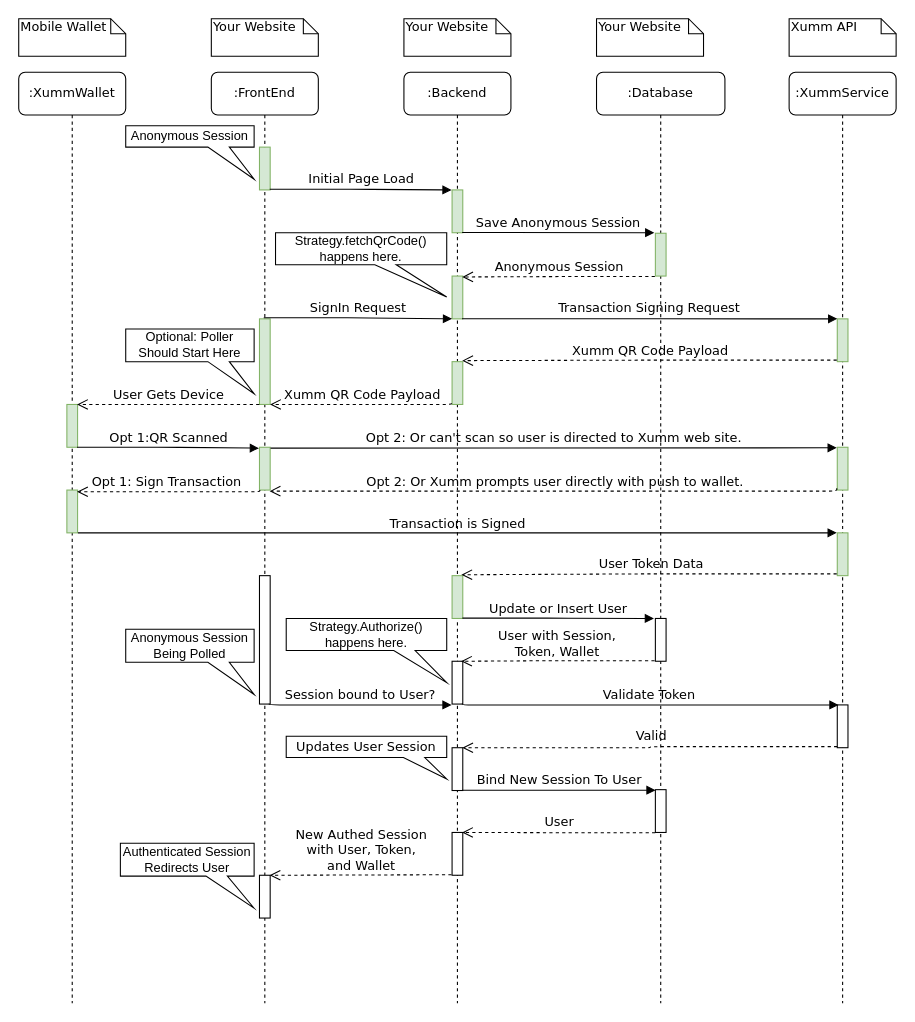
This is docs/E2E-Sequence.drawio from jfgrissom/passport-xumm, a draw.io file, before an edit. Source tidied: cells renumbered, new cells numbered last; positions are measured from the earlier drawing's top-left corner, leaving out a move shared by most shapes. Both pictures are drawn from the tidied source at 107%, with x=0, y=0 at pixel (18, 18).
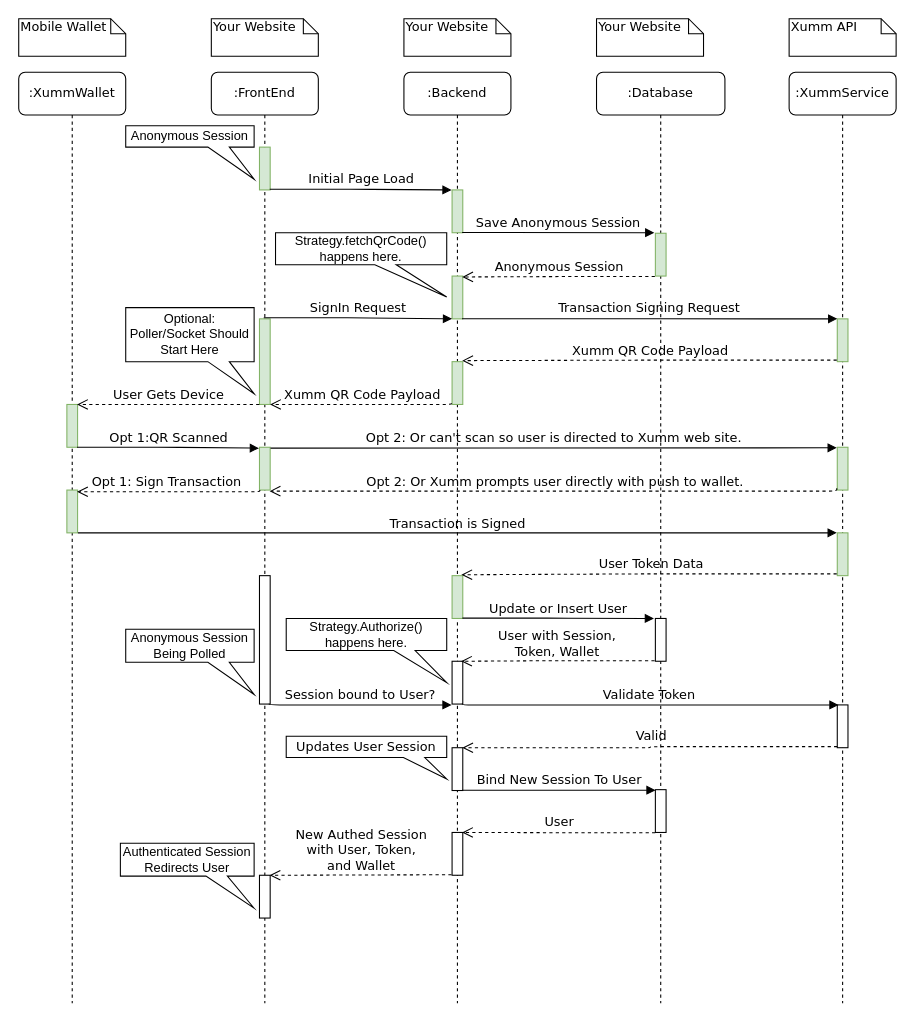
The same diagram, later.

Change to the diagram source:
```diff
@@
-    <mxCell id="56" value="Optional: Poller Should Start Here" style="shape=callout;whiteSpace=wrap;html=1;perimeter=calloutPerimeter;position2=1;size=30;position=0.64;base=20;" parent="1" vertex="1">
-      <mxGeometry x="100" y="290" width="120" height="60.5" as="geometry" />
+    <mxCell id="56" value="Optional: Poller/Socket Should Start Here" style="shape=callout;whiteSpace=wrap;html=1;perimeter=calloutPerimeter;position2=1;size=30;position=0.64;base=20;" parent="1" vertex="1">
+      <mxGeometry x="100" y="270" width="120" height="80.5" as="geometry" />
     </mxCell>
```
